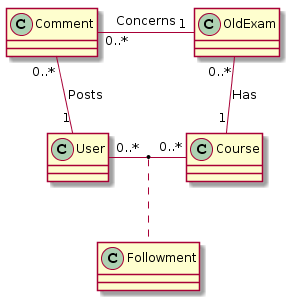
yannick-mayeur/project_app keeps this PlantUML diagram as doc/src/digram.png. Above is the earlier version.
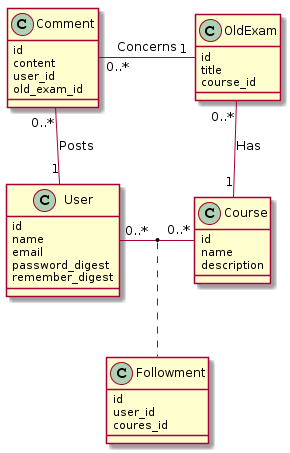
After the change.

Diff of the diagram source:
```diff
@@ -1,9 +1,33 @@
 @startuml
-class Comment
-class User
-class Course
-class Followment
-class OldExam
+class Comment {
+id
+content
+user_id
+old_exam_id
+}
+class User {
+id
+name
+email
+password_digest
+remember_digest
+}
+class Course {
+id
+name
+description
+}
+class Followment {
+id
+user_id
+coures_id
+}
+
+class OldExam {
+id
+title
+course_id
+}
 
 Comment "0..*" -right- "1" OldExam : Concerns
 Comment "0..*" -down- "1" User : Posts
```
